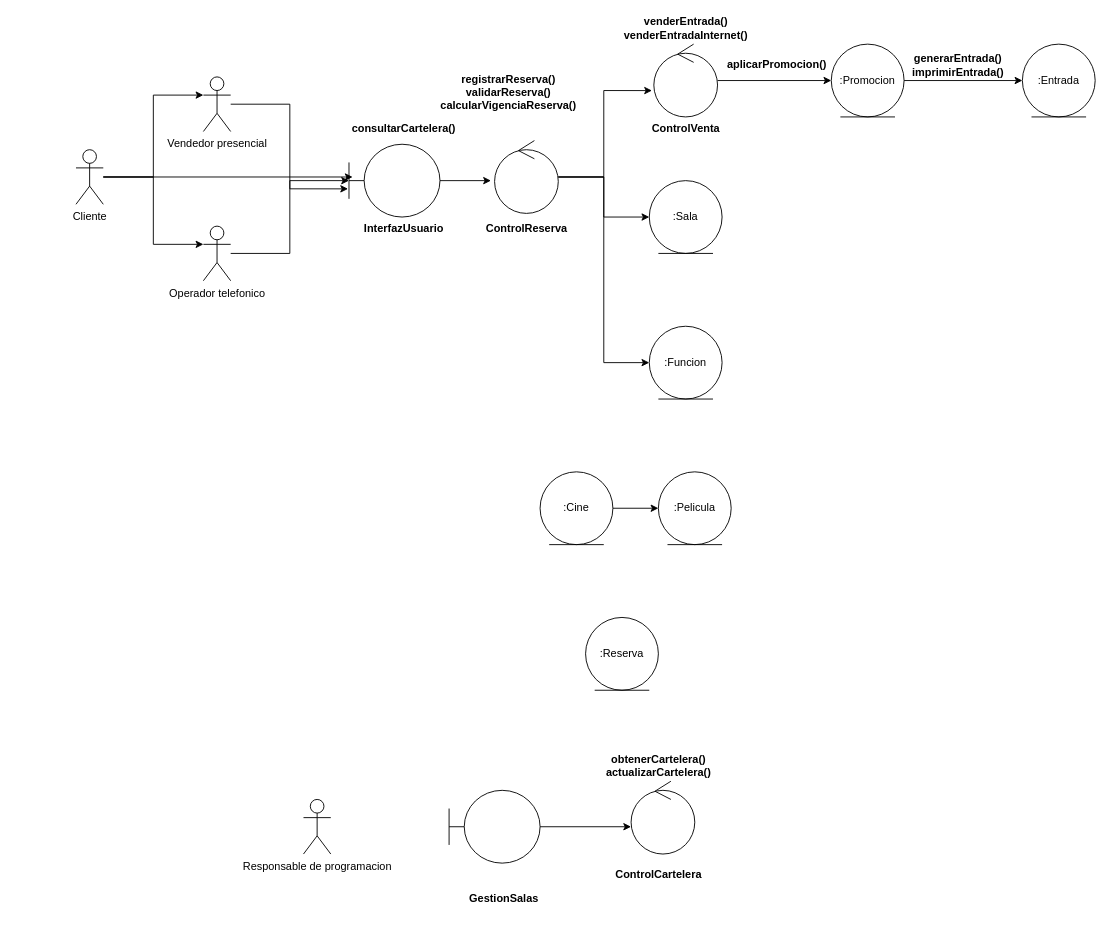
Above: Parcial_1_Analisis_de_sistemas.drawio in PCalderon77/Bases-de-datos1-ISSD (draw.io), before the change. Source tidied: cells renumbered, new cells numbered last; positions are measured from the earlier drawing's top-left corner, leaving out a move shared by most shapes. Both pictures are drawn from the tidied source at 91%, with x=0, y=0 at pixel (76, 16).
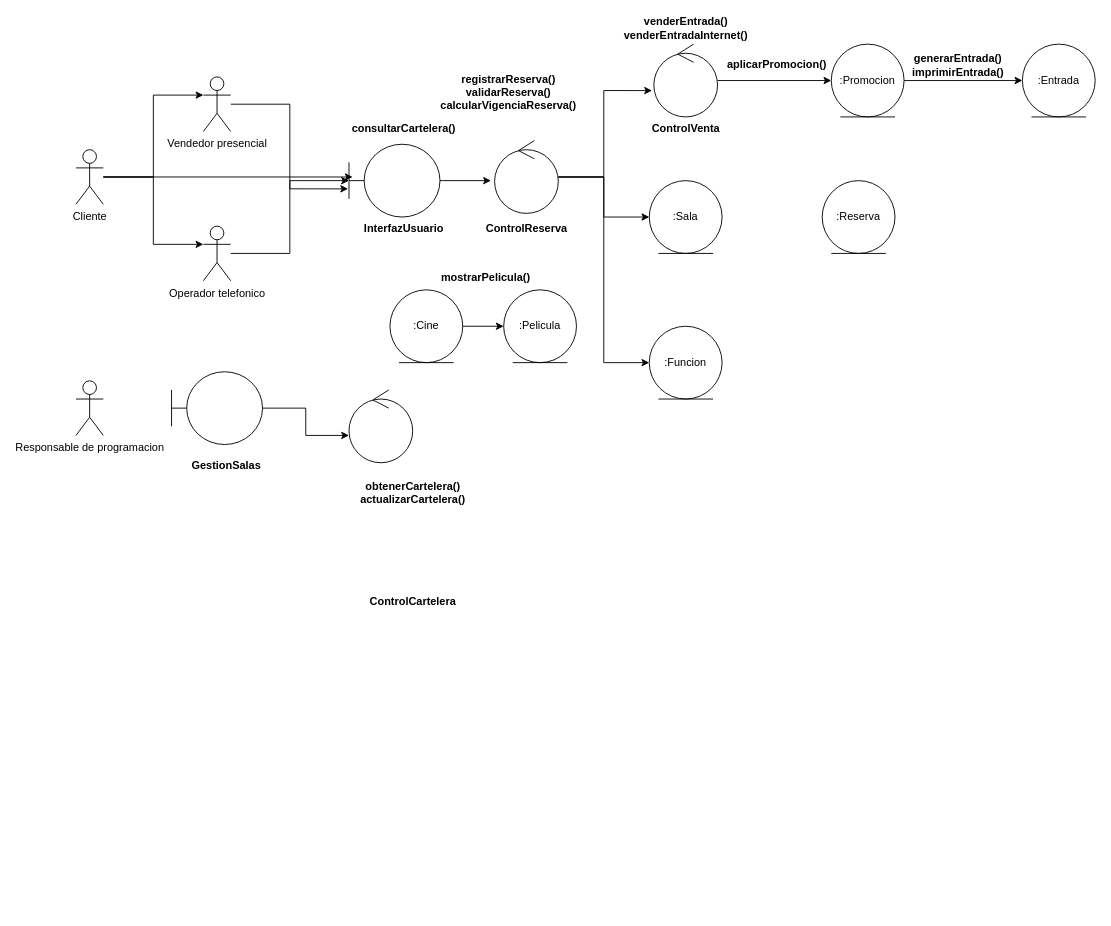
After the change.

Change to the diagram source:
```diff
@@
     <mxCell id="15" value=":Pelicula" style="ellipse;shape=umlEntity;whiteSpace=wrap;html=1;" parent="1" vertex="1">
-      <mxGeometry x="640" y="500" width="80" height="80" as="geometry" />
+      <mxGeometry x="470" y="300" width="80" height="80" as="geometry" />
     </mxCell>
@@
     <mxCell id="21" value=":Reserva" style="ellipse;shape=umlEntity;whiteSpace=wrap;html=1;" parent="1" vertex="1">
-      <mxGeometry x="560" y="660" width="80" height="80" as="geometry" />
+      <mxGeometry x="820" y="180" width="80" height="80" as="geometry" />
     </mxCell>
@@
     <mxCell id="23" value=":Cine" style="ellipse;shape=umlEntity;whiteSpace=wrap;html=1;" parent="1" vertex="1">
-      <mxGeometry x="510" y="500" width="80" height="80" as="geometry" />
+      <mxGeometry x="345" y="300" width="80" height="80" as="geometry" />
     </mxCell>
@@
     <mxCell id="25" value="Responsable de programacion" style="shape=umlActor;verticalLabelPosition=bottom;verticalAlign=top;html=1;" parent="1" vertex="1">
-      <mxGeometry x="250" y="860" width="30" height="60" as="geometry" />
+      <mxGeometry y="400" width="30" height="60" as="geometry" />
     </mxCell>
     <mxCell id="26" style="shape=umlBoundary;whiteSpace=wrap;html=1;" parent="1" vertex="1">
-      <mxGeometry x="410" y="850" width="100" height="80" as="geometry" />
+      <mxGeometry x="105" y="390" width="100" height="80" as="geometry" />
     </mxCell>
     <mxCell id="27" style="ellipse;shape=umlControl;whiteSpace=wrap;html=1;" parent="1" vertex="1">
-      <mxGeometry x="610" y="840" width="70" height="80" as="geometry" />
+      <mxGeometry x="300" y="410" width="70" height="80" as="geometry" />
     </mxCell>
     <mxCell id="28" value="ControlCartelera" style="text;align=center;fontStyle=1;verticalAlign=middle;spacingLeft=3;spacingRight=3;strokeColor=none;html=1;" parent="1" vertex="1">
-      <mxGeometry x="600" y="930" width="80" height="26" as="geometry" />
+      <mxGeometry x="330" y="630" width="80" height="26" as="geometry" />
     </mxCell>
     <mxCell id="29" value="obtenerCartelera()&lt;br&gt;actualizarCartelera()" style="text;align=center;fontStyle=1;verticalAlign=middle;spacingLeft=3;spacingRight=3;strokeColor=none;html=1;" parent="1" vertex="1">
-      <mxGeometry x="590" y="810" width="100" height="26" as="geometry" />
+      <mxGeometry x="320" y="510" width="100" height="26" as="geometry" />
     </mxCell>
@@
     <mxCell id="32" value="GestionSalas" style="text;align=center;fontStyle=1;verticalAlign=middle;spacingLeft=3;spacingRight=3;strokeColor=none;html=1;" parent="1" vertex="1">
-      <mxGeometry x="430" y="956" width="80" height="26" as="geometry" />
+      <mxGeometry x="125" y="480" width="80" height="26" as="geometry" />
     </mxCell>
@@
+    <mxCell id="42" value="mostrarPelicula()" style="text;align=center;fontStyle=1;verticalAlign=middle;spacingLeft=3;spacingRight=3;strokeColor=none;html=1;" parent="1" vertex="1">
+      <mxGeometry x="410" y="274" width="80" height="26" as="geometry" />
+    </mxCell>
```
